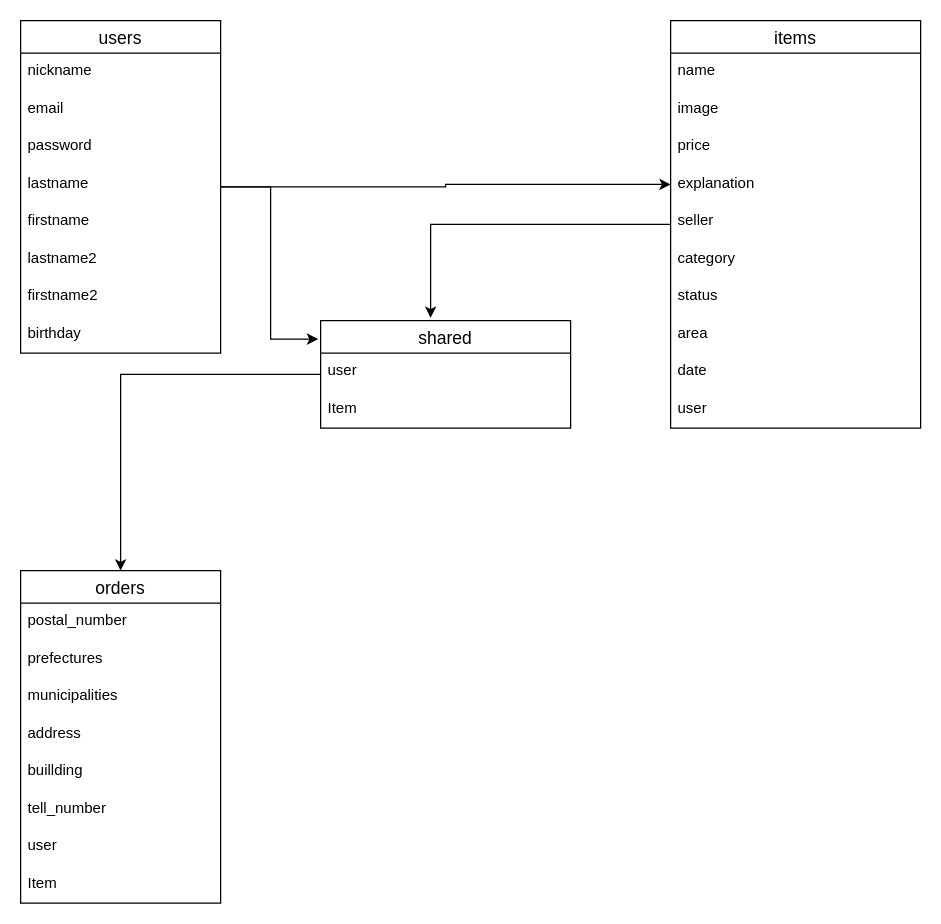
Earlier version of the draw.io diagram ER図.dio (Koutoubu/furima-35645). Source tidied: cells renumbered, new cells numbered last; positions are measured from the earlier drawing's top-left corner, leaving out a move shared by most shapes. Both pictures are drawn from the tidied source at 125%, with x=0, y=0 at pixel (20, 20).
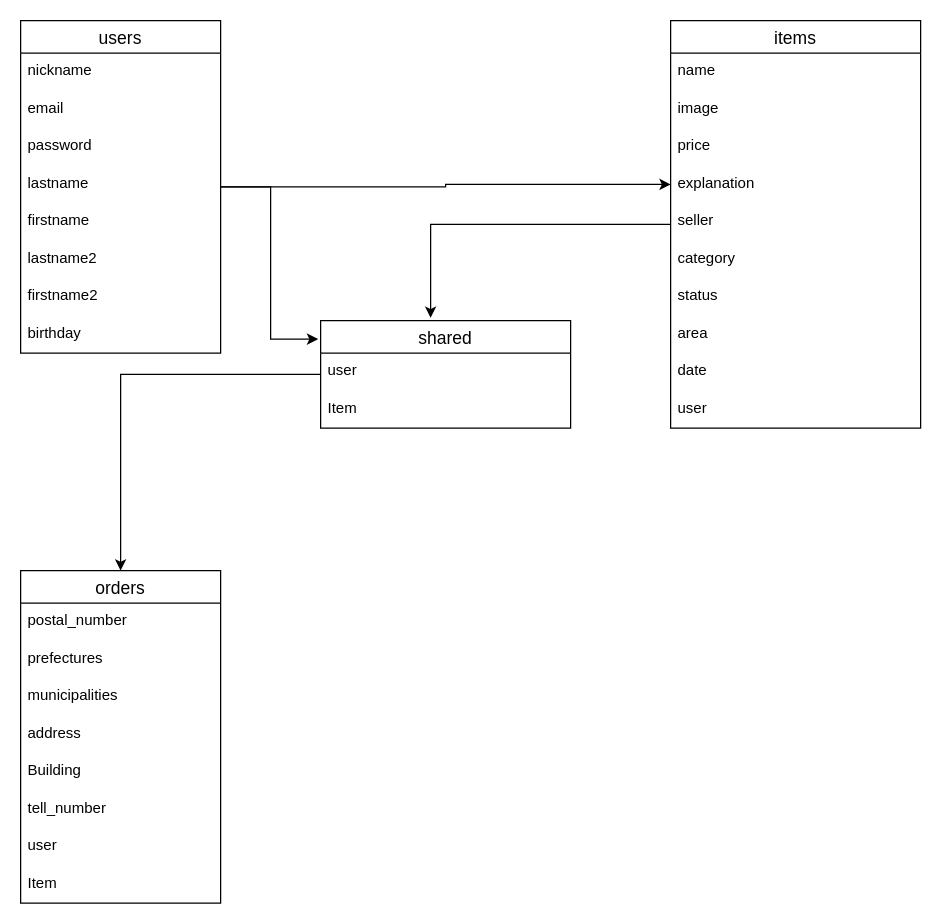
After the change.

Commit message (it also covers changes not shown here):
データベース設計

The change refers to these unchanged cells:
```xml
<mxCell id="18" value="orders" style="swimlane;fontStyle=0;horizontal=1;startSize=26;align=center;fontSize=14;" parent="1" vertex="1">
  <mxGeometry y="440" width="160" height="266" as="geometry" />
</mxCell>
```

The edit, as a diff of the source:
```diff
@@
-    <mxCell id="23" value="buillding" style="text;strokeColor=none;fillColor=none;spacingLeft=4;spacingRight=4;overflow=hidden;fontSize=12;" parent="18" vertex="1">
+    <mxCell id="23" value="Building" style="text;strokeColor=none;fillColor=none;spacingLeft=4;spacingRight=4;overflow=hidden;fontSize=12;" parent="18" vertex="1">
       <mxGeometry y="146" width="160" height="30" as="geometry" />
     </mxCell>
```
